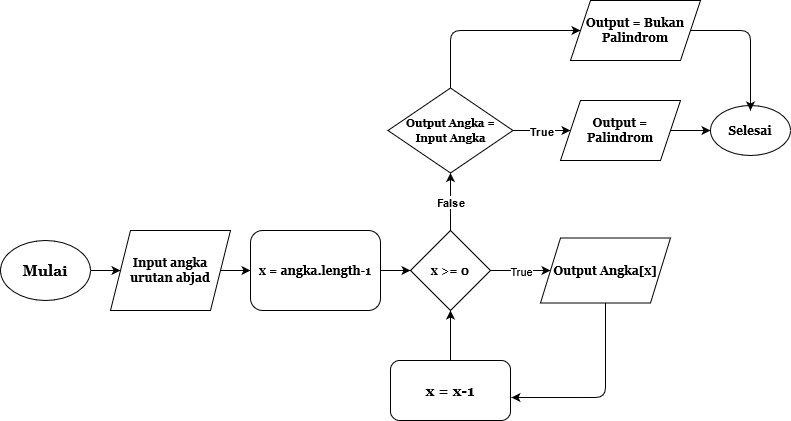
Earlier version of the draw.io export tugas1/Flowchart_Palindrom.png (farizian/week6). Source tidied: cells renumbered, new cells last; positions are measured from the earlier drawing's top-left corner, leaving out a move shared by most shapes.
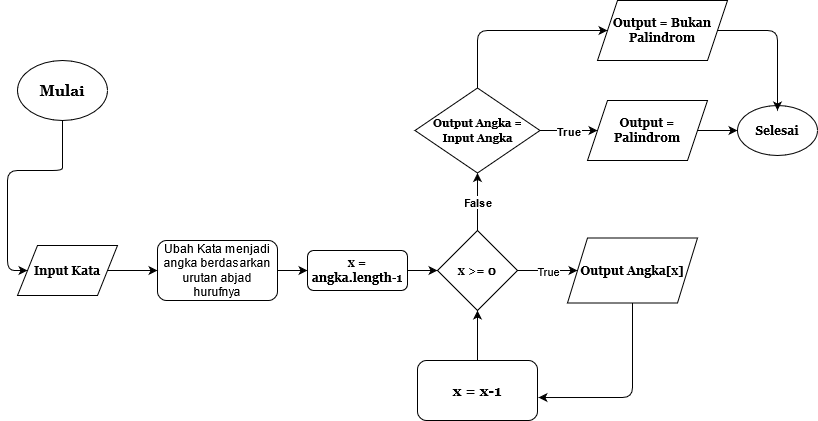
After the commit.

What changed in the source:
```diff
@@ -6,16 +6,16 @@
       <mxGeometry x="410" y="230" width="80" height="80" as="geometry" />
     </mxCell>
     <mxCell id="3" value="&lt;font style=&quot;font-size: 15px&quot; face=&quot;Georgia&quot;&gt;&lt;b&gt;Mulai&lt;/b&gt;&lt;/font&gt;" style="ellipse;whiteSpace=wrap;html=1;" parent="1" vertex="1">
-      <mxGeometry y="240" width="90" height="60" as="geometry" />
+      <mxGeometry x="-10" y="60" width="90" height="60" as="geometry" />
     </mxCell>
-    <mxCell id="4" value="Input angka urutan abjad" style="shape=parallelogram;perimeter=parallelogramPerimeter;whiteSpace=wrap;html=1;fixedSize=1;fontFamily=Georgia;fontSize=12;fontStyle=1;" parent="1" vertex="1">
-      <mxGeometry x="110" y="230" width="120" height="80" as="geometry" />
+    <mxCell id="4" value="Input Kata" style="shape=parallelogram;perimeter=parallelogramPerimeter;whiteSpace=wrap;html=1;fixedSize=1;fontFamily=Georgia;fontSize=12;fontStyle=1;" parent="1" vertex="1">
+      <mxGeometry x="-10" y="245" width="100" height="50" as="geometry" />
     </mxCell>
-    <mxCell id="5" style="endArrow=classic;html=1;exitX=1;exitY=0.5;exitDx=0;exitDy=0;entryX=0;entryY=0.5;entryDx=0;entryDy=0;" parent="1" edge="1" source="4" target="6">
+    <mxCell id="5" style="endArrow=classic;html=1;exitX=1;exitY=0.5;exitDx=0;exitDy=0;entryX=0;entryY=0.5;entryDx=0;entryDy=0;startArrow=none;" parent="1" edge="1" source="26" target="6">
       <mxGeometry relative="1" as="geometry" />
     </mxCell>
     <mxCell id="6" value="x = angka.length-1" style="rounded=1;whiteSpace=wrap;html=1;fontFamily=Georgia;fontSize=12;fontStyle=1;" parent="1" vertex="1">
-      <mxGeometry x="250" y="230" width="130" height="80" as="geometry" />
+      <mxGeometry x="280" y="250" width="100" height="40" as="geometry" />
     </mxCell>
     <mxCell id="7" style="endArrow=classic;html=1;fontFamily=Georgia;fontSize=15;exitX=1;exitY=0.5;exitDx=0;exitDy=0;entryX=0;entryY=0.5;entryDx=0;entryDy=0;" parent="1" edge="1" source="6" target="2">
       <mxGeometry relative="1" as="geometry" />
@@ -41,8 +41,16 @@
     <mxCell id="14" value="&lt;b&gt;False&lt;/b&gt;" style="edgeLabel;html=1;align=center;verticalAlign=middle;" parent="13" vertex="1">
       <mxGeometry relative="1" as="geometry" />
     </mxCell>
-    <mxCell id="15" style="endArrow=classic;html=1;fontFamily=Georgia;fontSize=12;exitX=1;exitY=0.5;exitDx=0;exitDy=0;entryX=0;entryY=0.5;entryDx=0;entryDy=0;" parent="1" edge="1" source="3" target="4">
-      <mxGeometry relative="1" as="geometry" />
+    <mxCell id="15" style="endArrow=classic;html=1;fontFamily=Georgia;fontSize=12;exitX=0.5;exitY=1;exitDx=0;exitDy=0;entryX=0;entryY=0.5;entryDx=0;entryDy=0;" parent="1" edge="1" source="3" target="4">
+      <mxGeometry relative="1" as="geometry">
+        <Array as="points">
+          <mxPoint x="35" y="140" />
+          <mxPoint x="35" y="160" />
+          <mxPoint x="35" y="170" />
+          <mxPoint x="-20" y="170" />
+          <mxPoint x="-20" y="270" />
+        </Array>
+      </mxGeometry>
     </mxCell>
     <mxCell id="16" value="&lt;b&gt;Output = Palindrom&lt;br&gt;&lt;/b&gt;" style="shape=parallelogram;perimeter=parallelogramPerimeter;whiteSpace=wrap;html=1;fixedSize=1;fontFamily=Georgia;fontSize=12;" parent="1" vertex="1">
       <mxGeometry x="560" y="100" width="120" height="60" as="geometry" />
@@ -86,5 +94,11 @@
     <mxCell id="25" style="endArrow=classic;html=1;fontFamily=Georgia;fontSize=12;exitX=0.5;exitY=0;exitDx=0;exitDy=0;entryX=0.5;entryY=1;entryDx=0;entryDy=0;" parent="1" edge="1" source="24" target="2">
       <mxGeometry relative="1" as="geometry" />
     </mxCell>
+    <mxCell id="26" value="Ubah Kata menjadi angka berdasarkan urutan abjad hurufnya" style="rounded=1;whiteSpace=wrap;html=1;fontSize=12;" parent="1" vertex="1">
+      <mxGeometry x="130" y="240" width="120" height="60" as="geometry" />
+    </mxCell>
+    <mxCell id="27" style="endArrow=classic;html=1;fontSize=12;exitX=1;exitY=0.5;exitDx=0;exitDy=0;entryX=0;entryY=0.5;entryDx=0;entryDy=0;" parent="1" edge="1" source="4" target="26">
+      <mxGeometry relative="1" as="geometry" />
+    </mxCell>
   </root>
 </mxGraphModel>
```
